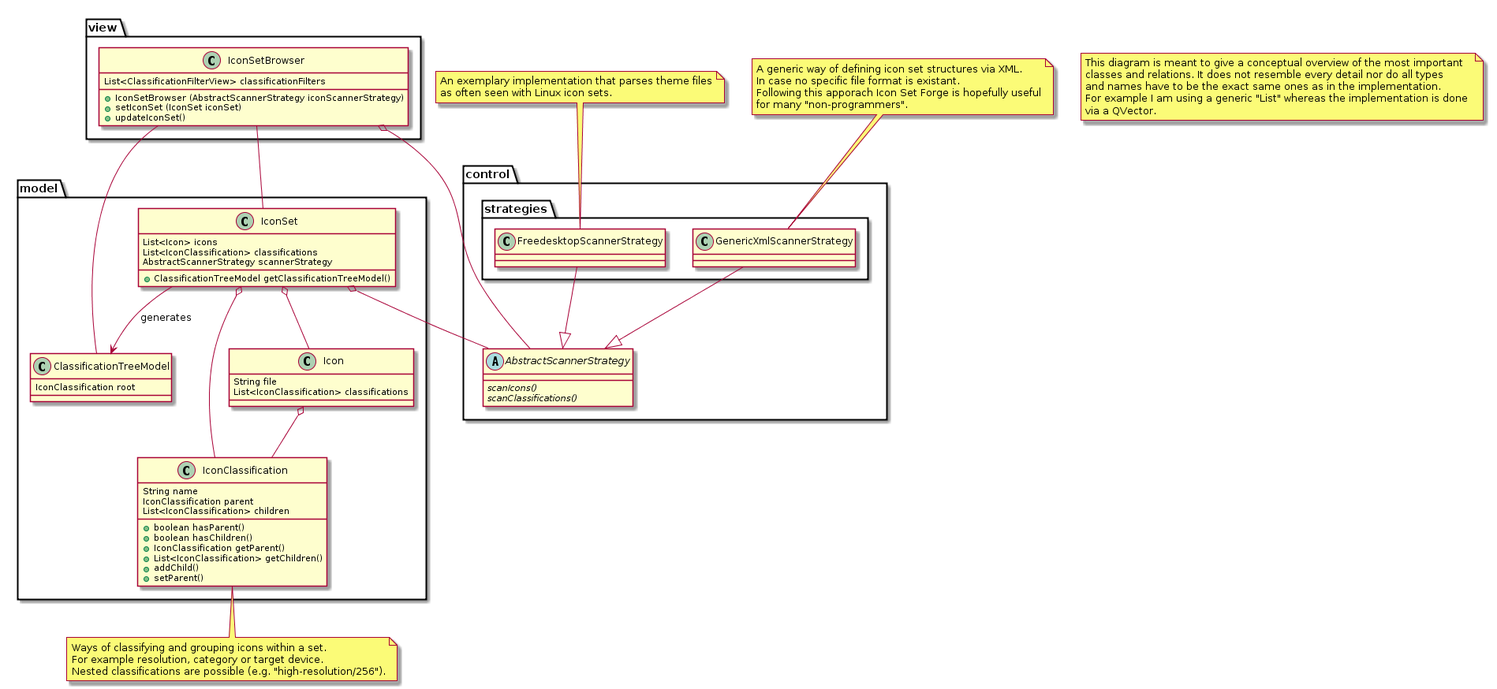
Before: Concept/classes.png, a diagram exported from PlantUML (Manuel-Kehl/Icon-Set-Forge). Source of this version:
```plantuml
@startuml

note as N1
This diagram is meant to give a conceptual overview of the most important
classes and relations. It does not resemble every detail nor do all types
and names have to be the exact same ones as in the implementation.
For example I am using a generic "List" whereas the implementation is done
via a QVector.
end note

package control {
	abstract class AbstractScannerStrategy {
		{abstract} + scanIcons()
		{abstract} + scanClassifications()
	}
	package strategies {
		class FreedesktopScannerStrategy --|> AbstractScannerStrategy
		class GenericXmlScannerStrategy --|> AbstractScannerStrategy
	}
}

package view {
	class IconSetBrowser {
		List<ClassificationFilterView> classificationFilters
		+ IconSetBrowser (AbstractScannerStrategy iconScannerStrategy)
		+ setIconSet (IconSet iconSet)
		+ updateIconSet()
	}
}

package model {
	class IconClassification {
		String name
		IconClassification parent
		List<IconClassification> children
		+ boolean hasParent()
		+ boolean hasChildren()
		+ IconClassification getParent()
		+ List<IconClassification> getChildren()
		+ addChild()
		+ setParent()
	}

	class IconSet {
		List<Icon> icons
		List<IconClassification> classifications
		AbstractScannerStrategy scannerStrategy
		+ ClassificationTreeModel getClassificationTreeModel()
	}

	class Icon {
		String file
		List<IconClassification> classifications
	}

	class ClassificationTreeModel {
		IconClassification root
	}
}

IconSetBrowser o-- AbstractScannerStrategy

Icon o-- IconClassification
IconSet o-- Icon
IconSet o-- IconClassification
IconSet o- AbstractScannerStrategy
IconSet --> ClassificationTreeModel : generates

IconSetBrowser -- IconSet
IconSetBrowser -- ClassificationTreeModel

note bottom of IconClassification: Ways of classifying and grouping icons within a set.\nFor example resolution, category or target device.\nNested classifications are possible (e.g. "high-resolution/256").

note top of FreedesktopScannerStrategy: An exemplary implementation that parses theme files\nas often seen with Linux icon sets.

note top of GenericXmlScannerStrategy: A generic way of defining icon set structures via XML.\nIn case no specific file format is existant.\nFollowing this apporach Icon Set Forge is hopefully useful\nfor many "non-programmers".

@enduml
```
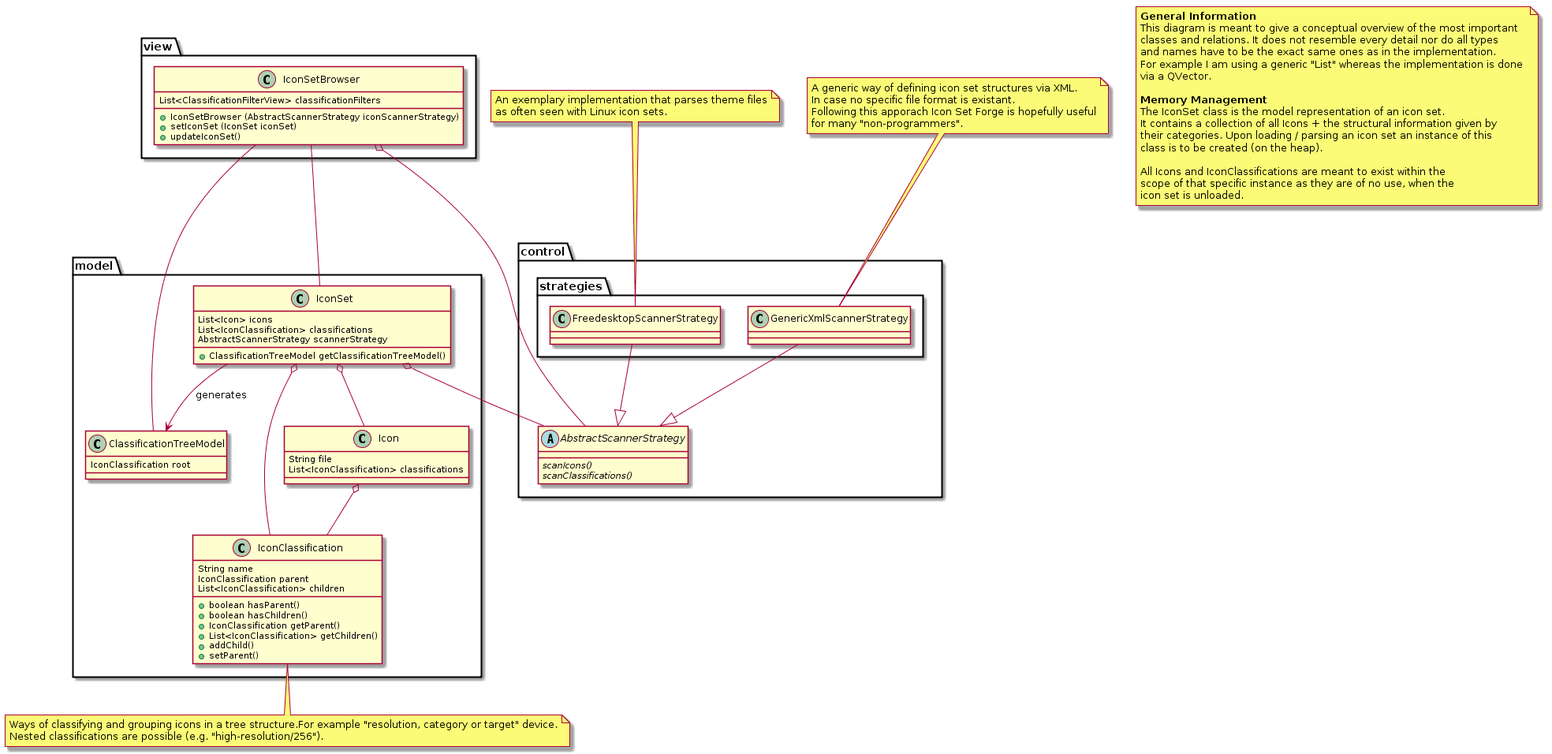
After the change.

Commit message:
Added a note concerning memory management, that describes how an icon set is supposed to be loaded and stored.

What changed in the source:
```diff
@@ -1,11 +1,22 @@
 @startuml
 
 note as N1
+<b>General Information</b>
 This diagram is meant to give a conceptual overview of the most important
 classes and relations. It does not resemble every detail nor do all types
 and names have to be the exact same ones as in the implementation.
 For example I am using a generic "List" whereas the implementation is done
 via a QVector.
+
+<b>Memory Management</b>
+The IconSet class is the model representation of an icon set.
+It contains a collection of all Icons + the structural information given by
+their categories. Upon loading / parsing an icon set an instance of this
+class is to be created (on the heap).
+
+All Icons and IconClassifications are meant to exist within the
+scope of that specific instance as they are of no use, when the
+icon set is unloaded.
 end note
 
 package control {
@@ -69,7 +80,7 @@
 IconSetBrowser -- IconSet
 IconSetBrowser -- ClassificationTreeModel
 
-note bottom of IconClassification: Ways of classifying and grouping icons within a set.\nFor example resolution, category or target device.\nNested classifications are possible (e.g. "high-resolution/256").
+note bottom of IconClassification: Ways of classifying and grouping icons in a tree structure.For example "resolution, category or target" device.\nNested classifications are possible (e.g. "high-resolution/256").
 
 note top of FreedesktopScannerStrategy: An exemplary implementation that parses theme files\nas often seen with Linux icon sets.
 
```
